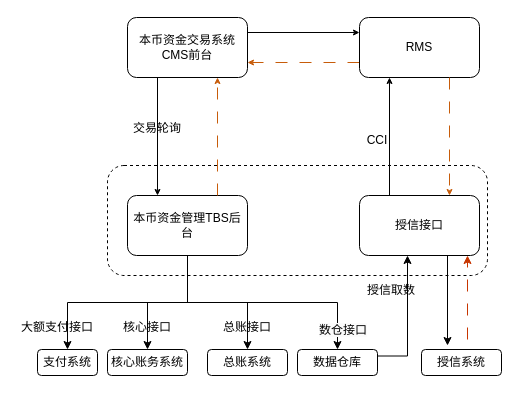
Above: 广州银行本币架构.drawio in wang1254099677/qjwll (draw.io), before the change. Source tidied: cells renumbered, new cells numbered last; positions are measured from the earlier drawing's top-left corner, leaving out a move shared by most shapes. Both pictures are drawn from the tidied source at 100%, with x=0, y=0 at pixel (17, 17).
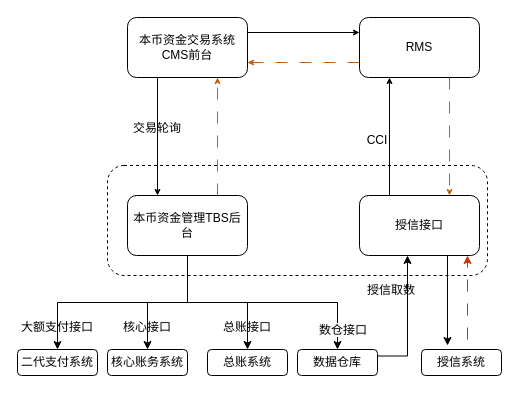
The same diagram, later.

Commit message (it also covers changes not shown here):
更新广州银行本币架构.drawio

What changed in the source:
```diff
@@
-    <mxCell id="19" value="支付系统" style="whiteSpace=wrap;html=1;rounded=1;" parent="1" vertex="1">
-      <mxGeometry x="20" y="332" width="60" height="26" as="geometry" />
+    <mxCell id="19" value="二代支付系统" style="whiteSpace=wrap;html=1;rounded=1;" parent="1" vertex="1">
+      <mxGeometry y="332" width="80" height="26" as="geometry" />
     </mxCell>
```
